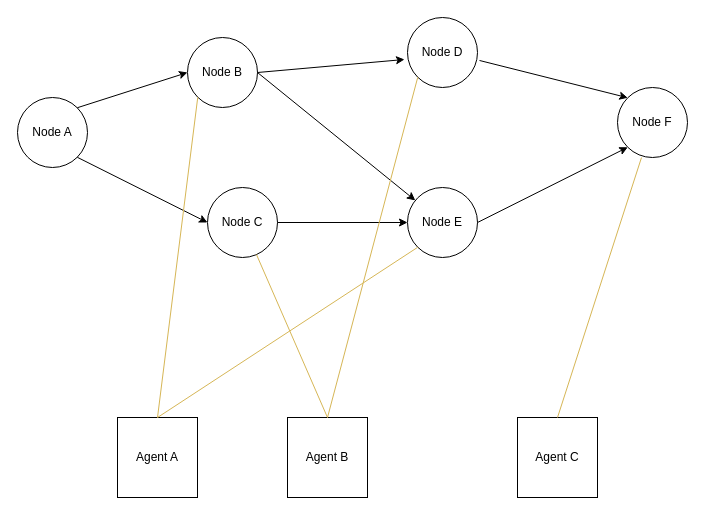
The draw.io diagram 132.drawio in isamu/misc-doc, before the edit. Source tidied: cells renumbered, new cells numbered last; positions are measured from the earlier drawing's top-left corner, leaving out a move shared by most shapes. Both pictures are drawn from the tidied source at 100%, with x=0, y=0 at pixel (17, 17).
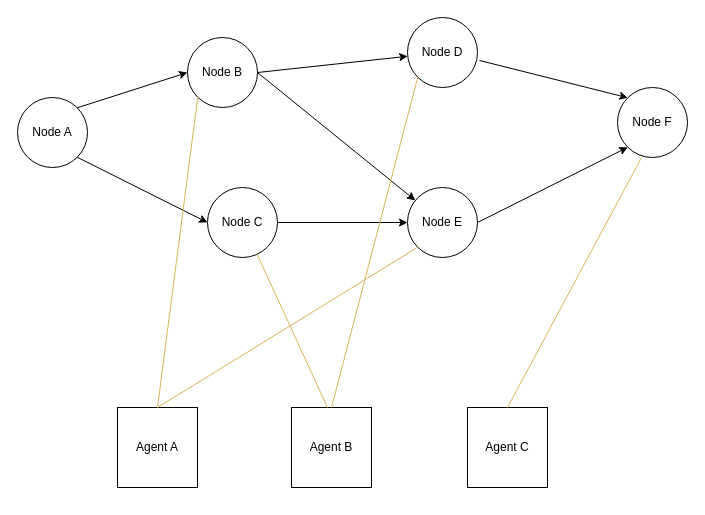
Above is the later version.

Commit message (it also covers changes not shown here):
132.drawio を更新します

The change refers to these unchanged cells:
```xml
<mxCell id="2" value="Node A" style="ellipse;whiteSpace=wrap;html=1;" parent="1" vertex="1">
  <mxGeometry y="80" width="70" height="70" as="geometry" />
</mxCell>
<mxCell id="3" value="Node B" style="ellipse;whiteSpace=wrap;html=1;" parent="1" vertex="1">
  <mxGeometry x="170" y="20" width="70" height="70" as="geometry" />
</mxCell>
<mxCell id="4" value="Node C" style="ellipse;whiteSpace=wrap;html=1;" parent="1" vertex="1">
  <mxGeometry x="190" y="170" width="70" height="70" as="geometry" />
</mxCell>
<mxCell id="5" value="Node D" style="ellipse;whiteSpace=wrap;html=1;" parent="1" vertex="1">
  <mxGeometry x="390" width="70" height="70" as="geometry" />
</mxCell>
```

The edit, as a diff of the source:
```diff
@@
-    <mxCell id="8" style="endArrow=classic;html=1;rounded=0;exitX=1;exitY=0;exitDx=0;exitDy=0;entryX=0;entryY=0.5;entryDx=0;entryDy=0;" parent="1" edge="1" source="2" target="3">
-      <mxGeometry relative="1" as="geometry" />
+    <mxCell id="8" style="endArrow=classic;html=1;rounded=0;exitX=1;exitY=0;exitDx=0;exitDy=0;entryX=0;entryY=0.5;entryDx=0;entryDy=0;" parent="1" edge="1" target="3">
+      <mxGeometry relative="1" as="geometry">
+        <mxPoint x="59.7" y="90.3" as="sourcePoint" />
+      </mxGeometry>
     </mxCell>
-    <mxCell id="9" style="endArrow=classic;html=1;rounded=0;entryX=0;entryY=0.5;entryDx=0;entryDy=0;exitX=1;exitY=1;exitDx=0;exitDy=0;" parent="1" edge="1" source="2" target="4">
-      <mxGeometry relative="1" as="geometry" />
+    <mxCell id="9" style="endArrow=classic;html=1;rounded=0;entryX=0;entryY=0.5;entryDx=0;entryDy=0;exitX=1;exitY=1;exitDx=0;exitDy=0;" parent="1" edge="1" target="4">
+      <mxGeometry relative="1" as="geometry">
+        <mxPoint x="59.7" y="139.7" as="sourcePoint" />
+      </mxGeometry>
     </mxCell>
-    <mxCell id="10" style="endArrow=classic;html=1;rounded=0;entryX=-0.043;entryY=0.6;entryDx=0;entryDy=0;entryPerimeter=0;exitX=1;exitY=0.5;exitDx=0;exitDy=0;" parent="1" edge="1" source="3" target="5">
+    <mxCell id="10" style="endArrow=classic;html=1;rounded=0;exitX=1;exitY=0.5;exitDx=0;exitDy=0;" parent="1" edge="1" source="3" target="5">
       <mxGeometry relative="1" as="geometry" />
     </mxCell>
@@
     <mxCell id="15" value="Agent A" style="whiteSpace=wrap;html=1;" parent="1" vertex="1">
-      <mxGeometry x="100" y="400" width="80" height="80" as="geometry" />
+      <mxGeometry x="100" y="390" width="80" height="80" as="geometry" />
     </mxCell>
     <mxCell id="16" value="Agent C" style="whiteSpace=wrap;html=1;" parent="1" vertex="1">
-      <mxGeometry x="500" y="400" width="80" height="80" as="geometry" />
+      <mxGeometry x="450" y="390" width="80" height="80" as="geometry" />
     </mxCell>
     <mxCell id="17" value="Agent B" style="whiteSpace=wrap;html=1;" parent="1" vertex="1">
-      <mxGeometry x="270" y="400" width="80" height="80" as="geometry" />
+      <mxGeometry x="274" y="390" width="80" height="80" as="geometry" />
     </mxCell>
@@
     <mxCell id="21" style="endArrow=none;html=1;rounded=0;fillColor=#fff2cc;strokeColor=#d6b656;" parent="1" edge="1" target="4">
       <mxGeometry relative="1" as="geometry">
-        <mxPoint x="310" y="400" as="sourcePoint" />
+        <mxPoint x="310" y="390" as="sourcePoint" />
       </mxGeometry>
     </mxCell>
```
